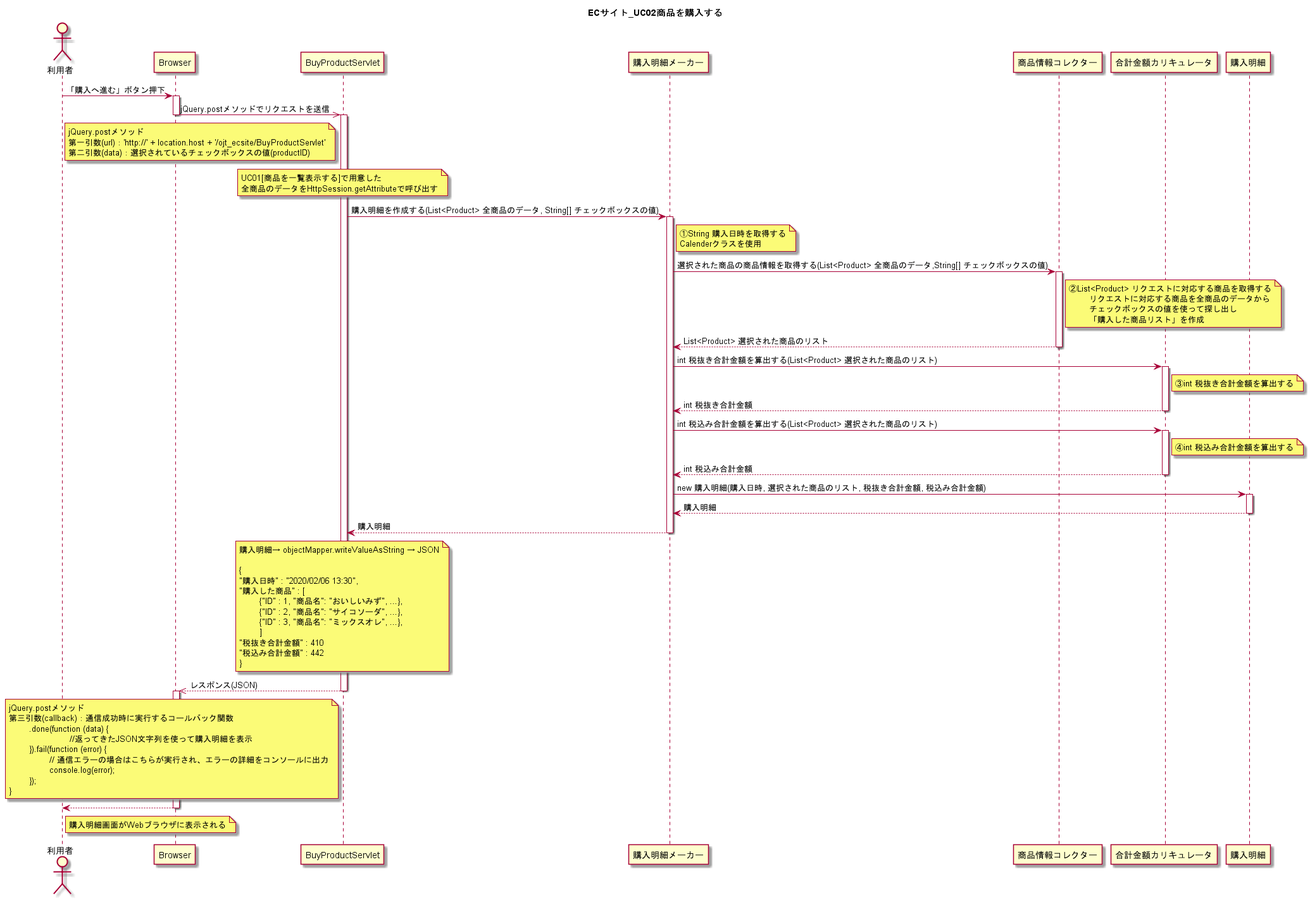
The PlantUML diagram UML/ECサイト_UC02商品を購入する.png in wnakayama/ojt_ecsite, before a commit.
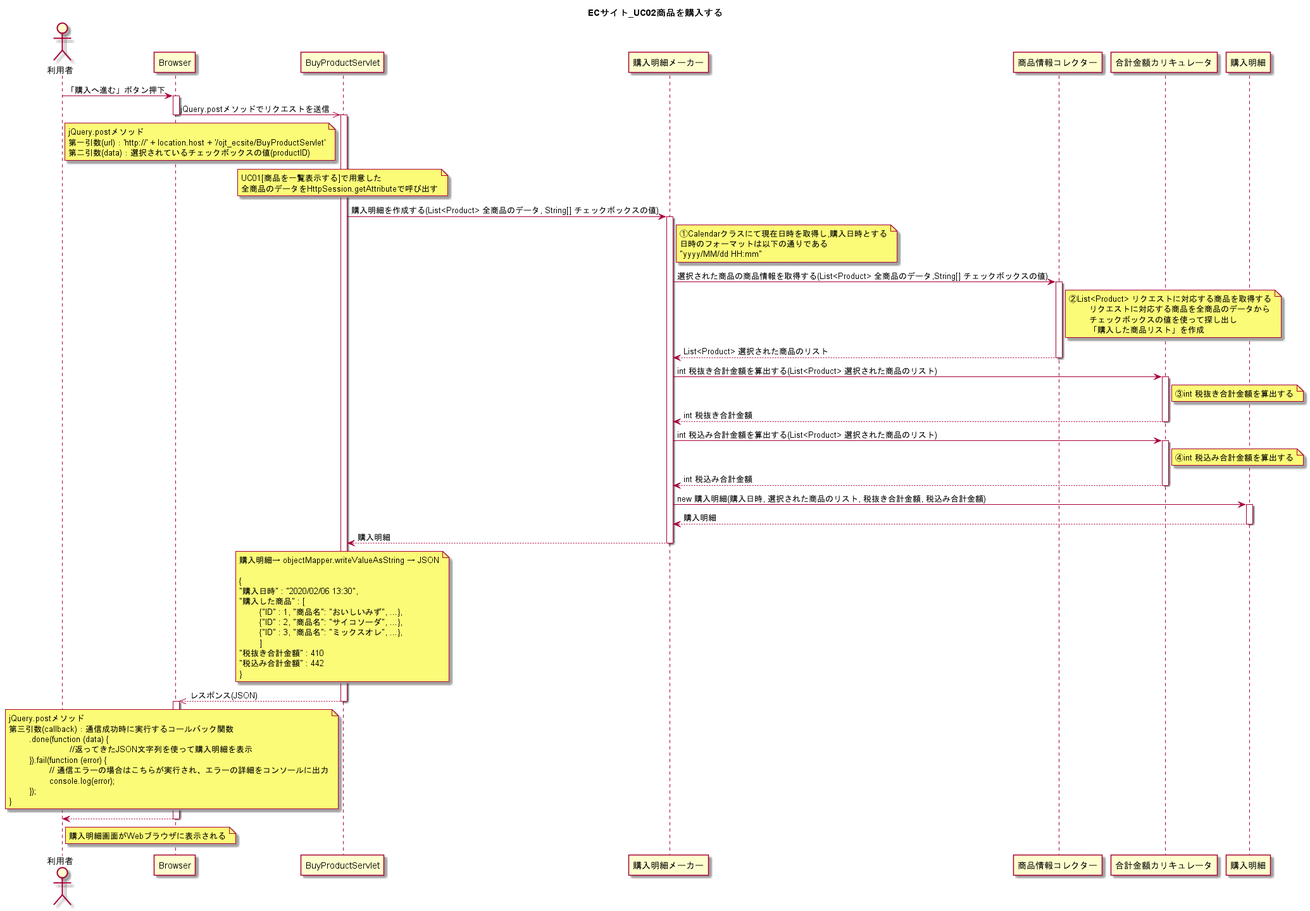
After the change.

Commit message:
購入日時を取得する処理の説明を修正, 日時のフォーマットを明記

The edit, as a diff of the source:
```diff
@@ -25,8 +25,9 @@
 activate 購入明細メーカー
 
 	note right of 購入明細メーカー
-	①String 購入日時を取得する
-	Calenderクラスを使用
+	①Calendarクラスにて現在日時を取得し,購入日時とする
+	日時のフォーマットは以下の通りである
+	"yyyy/MM/dd HH:mm"
 	end note
 
 
```
